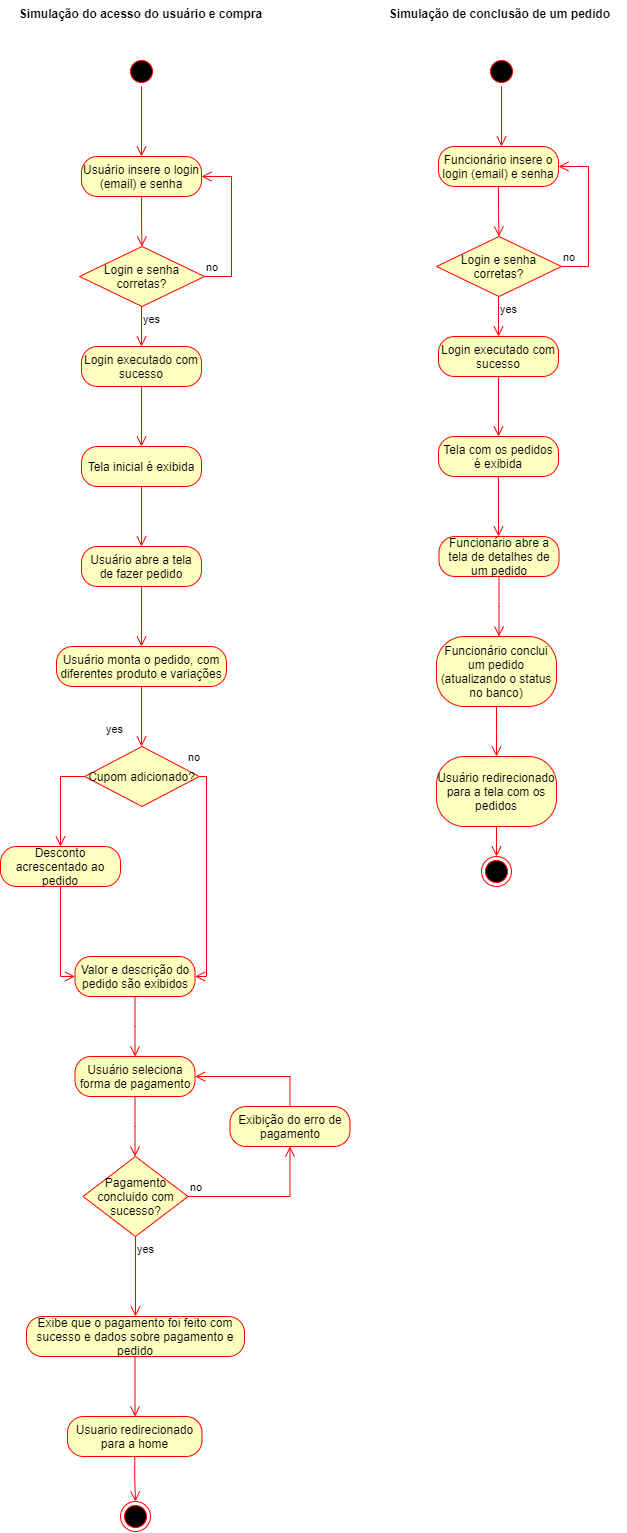
Before: diagramas/diagrama_atividade/Diagrama Atividade.drawio.png, a diagram exported from draw.io (RomuuloGoncalves/TCC-Delivery). Source tidied: cells renumbered, new cells last; positions are measured from the earlier drawing's top-left corner, leaving out a move shared by most shapes.
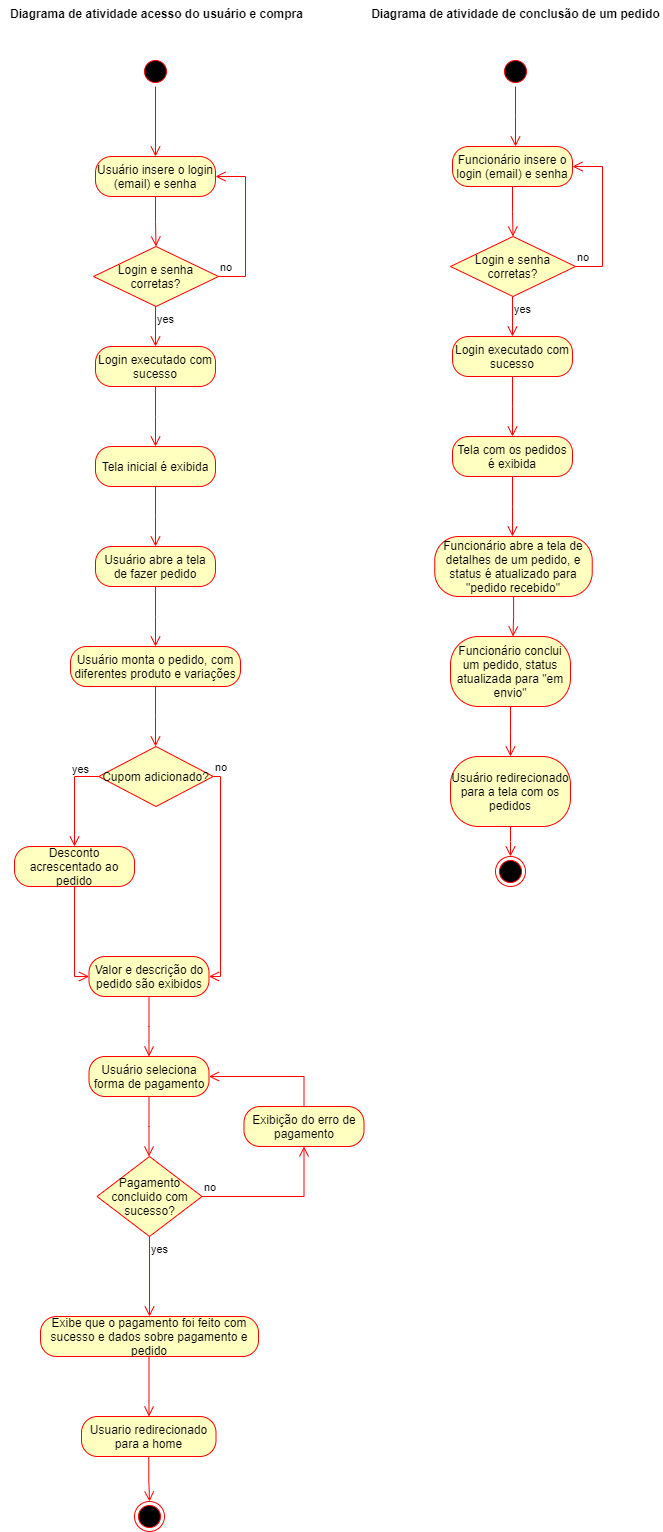
Above is the later version.

Diff of the diagram source:
```diff
@@ -122,8 +122,8 @@
         <mxPoint x="501" y="146" as="targetPoint" />
       </mxGeometry>
     </mxCell>
-    <mxCell id="33" value="Simulação do acesso do usuário e compra" style="text;align=center;fontStyle=1;verticalAlign=middle;spacingLeft=3;spacingRight=3;strokeColor=none;html=1;" parent="1" vertex="1">
-      <mxGeometry x="12.8" width="254.5" height="26" as="geometry" />
+    <mxCell id="33" value="Diagrama de atividade acesso do usuário e compra" style="text;align=center;fontStyle=1;verticalAlign=middle;spacingLeft=3;spacingRight=3;strokeColor=none;html=1;" parent="1" vertex="1">
+      <mxGeometry x="-13.5" width="310" height="26" as="geometry" />
     </mxCell>
     <mxCell id="34" value="Funcionário insere o login (email) e senha" style="rounded=1;whiteSpace=wrap;html=1;arcSize=40;fontColor=#000000;fillColor=#ffffc0;strokeColor=#ff0000;" parent="1" vertex="1">
       <mxGeometry x="438" y="146" width="120" height="40" as="geometry" />
@@ -163,15 +163,15 @@
         <mxPoint x="498" y="536" as="targetPoint" />
       </mxGeometry>
     </mxCell>
-    <mxCell id="43" value="Funcionário abre a tela de detalhes de um pedido" style="rounded=1;whiteSpace=wrap;html=1;arcSize=40;fontColor=#000000;fillColor=#ffffc0;strokeColor=#ff0000;" parent="1" vertex="1">
-      <mxGeometry x="438.5" y="536" width="120" height="40" as="geometry" />
+    <mxCell id="43" value="Funcionário abre a tela de detalhes de um pedido, e status é atualizado para &quot;pedido recebido&quot;" style="rounded=1;whiteSpace=wrap;html=1;arcSize=40;fontColor=#000000;fillColor=#ffffc0;strokeColor=#ff0000;" parent="1" vertex="1">
+      <mxGeometry x="420.2" y="536" width="157.5" height="60" as="geometry" />
     </mxCell>
     <mxCell id="44" style="edgeStyle=orthogonalEdgeStyle;html=1;verticalAlign=bottom;endArrow=open;endSize=8;strokeColor=#ff0000;rounded=0;" parent="1" edge="1" source="43">
       <mxGeometry relative="1" as="geometry">
         <mxPoint x="498.5" y="636" as="targetPoint" />
       </mxGeometry>
     </mxCell>
-    <mxCell id="45" value="Funcionário conclui um pedido (atualizando o status no banco)" style="rounded=1;whiteSpace=wrap;html=1;arcSize=40;fontColor=#000000;fillColor=#ffffc0;strokeColor=#ff0000;" parent="1" vertex="1">
+    <mxCell id="45" value="Funcionário conclui um pedido, status atualizada para &quot;em envio&quot;" style="rounded=1;whiteSpace=wrap;html=1;arcSize=40;fontColor=#000000;fillColor=#ffffc0;strokeColor=#ff0000;" parent="1" vertex="1">
       <mxGeometry x="436" y="636" width="120" height="70" as="geometry" />
     </mxCell>
     <mxCell id="46" value="Usuário redirecionado para a tela com os pedidos" style="rounded=1;whiteSpace=wrap;html=1;arcSize=40;fontColor=#000000;fillColor=#ffffc0;strokeColor=#ff0000;" parent="1" vertex="1">
@@ -190,27 +190,26 @@
     <mxCell id="49" style="ellipse;html=1;shape=endState;fillColor=#000000;strokeColor=#ff0000;" parent="1" vertex="1">
       <mxGeometry x="481" y="856" width="30" height="30" as="geometry" />
     </mxCell>
-    <mxCell id="50" value="Simulação de conclusão de um pedido" style="text;align=center;fontStyle=1;verticalAlign=middle;spacingLeft=3;spacingRight=3;strokeColor=none;html=1;" parent="1" vertex="1">
-      <mxGeometry x="371.2" width="254.5" height="26" as="geometry" />
+    <mxCell id="50" value="Diagrama de atividade de conclusão de um pedido" style="text;align=center;fontStyle=1;verticalAlign=middle;spacingLeft=3;spacingRight=3;strokeColor=none;html=1;" parent="1" vertex="1">
+      <mxGeometry x="353.6" width="294.8" height="26" as="geometry" />
     </mxCell>
     <mxCell id="51" value="Cupom adicionado?" style="rhombus;whiteSpace=wrap;html=1;fontColor=#000000;fillColor=#ffffc0;strokeColor=#ff0000;" parent="1" vertex="1">
       <mxGeometry x="84.2" y="746" width="114.5" height="60" as="geometry" />
     </mxCell>
     <mxCell id="52" value="no" style="edgeStyle=orthogonalEdgeStyle;html=1;align=left;verticalAlign=bottom;endArrow=open;endSize=8;strokeColor=#ff0000;rounded=0;exitX=1;exitY=0.5;exitDx=0;exitDy=0;" parent="1" edge="1" source="51" target="17">
-      <mxGeometry x="-1" y="16" relative="1" as="geometry">
+      <mxGeometry x="-1" relative="1" as="geometry">
         <Array as="points">
           <mxPoint x="206" y="776" />
           <mxPoint x="206" y="976" />
         </Array>
-        <mxPoint x="-13" y="6" as="offset" />
       </mxGeometry>
     </mxCell>
     <mxCell id="53" value="yes" style="edgeStyle=orthogonalEdgeStyle;html=1;align=left;verticalAlign=top;endArrow=open;endSize=8;strokeColor=#ff0000;rounded=0;exitX=0;exitY=0.5;exitDx=0;exitDy=0;entryX=0.5;entryY=0;entryDx=0;entryDy=0;" parent="1" edge="1" source="51" target="54">
-      <mxGeometry x="-0.79" y="-30" relative="1" as="geometry">
+      <mxGeometry x="-0.49" y="-20" relative="1" as="geometry">
         <Array as="points">
           <mxPoint x="60" y="776" />
         </Array>
-        <mxPoint x="30" y="-30" as="offset" />
+        <mxPoint x="16" y="-20" as="offset" />
       </mxGeometry>
     </mxCell>
     <mxCell id="54" value="Desconto acrescentado ao pedido" style="rounded=1;whiteSpace=wrap;html=1;arcSize=40;fontColor=#000000;fillColor=#ffffc0;strokeColor=#ff0000;" parent="1" vertex="1">
```
